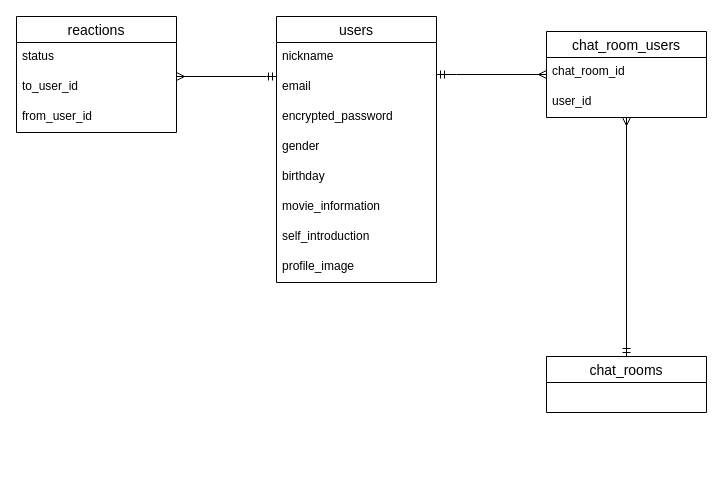
Before: movies.dio in yukki373/movies, a draw.io diagram. Source tidied: cells renumbered, new cells numbered last; positions are measured from the earlier drawing's top-left corner, leaving out a move shared by most shapes. Both pictures are drawn from the tidied source at 100%, with x=0, y=0 at pixel (16, 16).
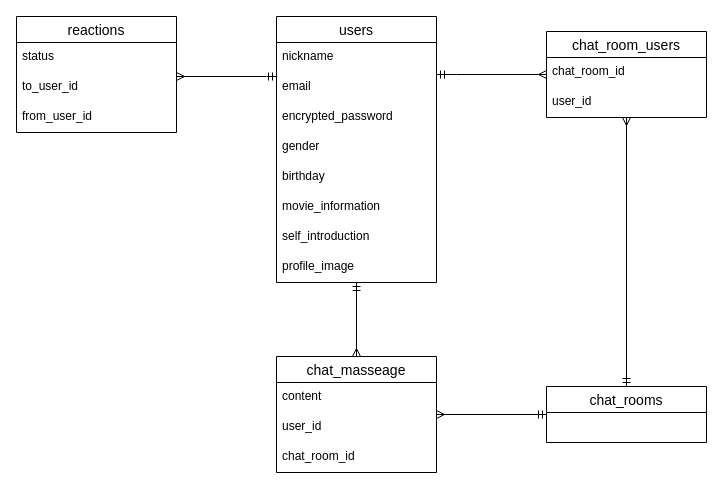
The same diagram, later.

Unchanged cells that the change refers to:
```xml
<mxCell id="3" value="users" style="swimlane;fontStyle=0;horizontal=1;startSize=26;align=center;fontSize=14;" parent="1" vertex="1">
  <mxGeometry x="260" width="160" height="266" as="geometry" />
</mxCell>
```

Change to the diagram source:
```diff
@@
+    <mxCell id="22" style="edgeStyle=orthogonalEdgeStyle;rounded=0;jettySize=auto;html=1;startArrow=ERmandOne;startFill=0;endArrow=ERmany;endFill=0;" parent="1" edge="1" source="21" target="24">
+      <mxGeometry relative="1" as="geometry" />
+    </mxCell>
     <mxCell id="21" value="chat_rooms" style="swimlane;fontStyle=0;horizontal=1;startSize=26;align=center;fontSize=14;" parent="1" vertex="1">
-      <mxGeometry x="530" y="340" width="160" height="56" as="geometry" />
+      <mxGeometry x="530" y="370" width="160" height="56" as="geometry" />
     </mxCell>
+    <mxCell id="23" style="edgeStyle=orthogonalEdgeStyle;rounded=0;jettySize=auto;html=1;startArrow=ERmany;startFill=0;endArrow=ERmandOne;endFill=0;" parent="1" edge="1" source="24" target="3">
+      <mxGeometry relative="1" as="geometry" />
+    </mxCell>
+    <mxCell id="24" value="chat_masseage" style="swimlane;fontStyle=0;horizontal=1;startSize=26;align=center;fontSize=14;" parent="1" vertex="1">
+      <mxGeometry x="260" y="340" width="160" height="116" as="geometry" />
+    </mxCell>
+    <mxCell id="25" value="content" style="text;strokeColor=none;fillColor=none;spacingLeft=4;spacingRight=4;overflow=hidden;fontSize=12;" parent="24" vertex="1">
+      <mxGeometry y="26" width="160" height="30" as="geometry" />
+    </mxCell>
+    <mxCell id="26" value="user_id" style="text;strokeColor=none;fillColor=none;spacingLeft=4;spacingRight=4;overflow=hidden;fontSize=12;" parent="24" vertex="1">
+      <mxGeometry y="56" width="160" height="30" as="geometry" />
+    </mxCell>
+    <mxCell id="27" value="chat_room_id" style="text;strokeColor=none;fillColor=none;spacingLeft=4;spacingRight=4;overflow=hidden;fontSize=12;" parent="24" vertex="1">
+      <mxGeometry y="86" width="160" height="30" as="geometry" />
+    </mxCell>
```
